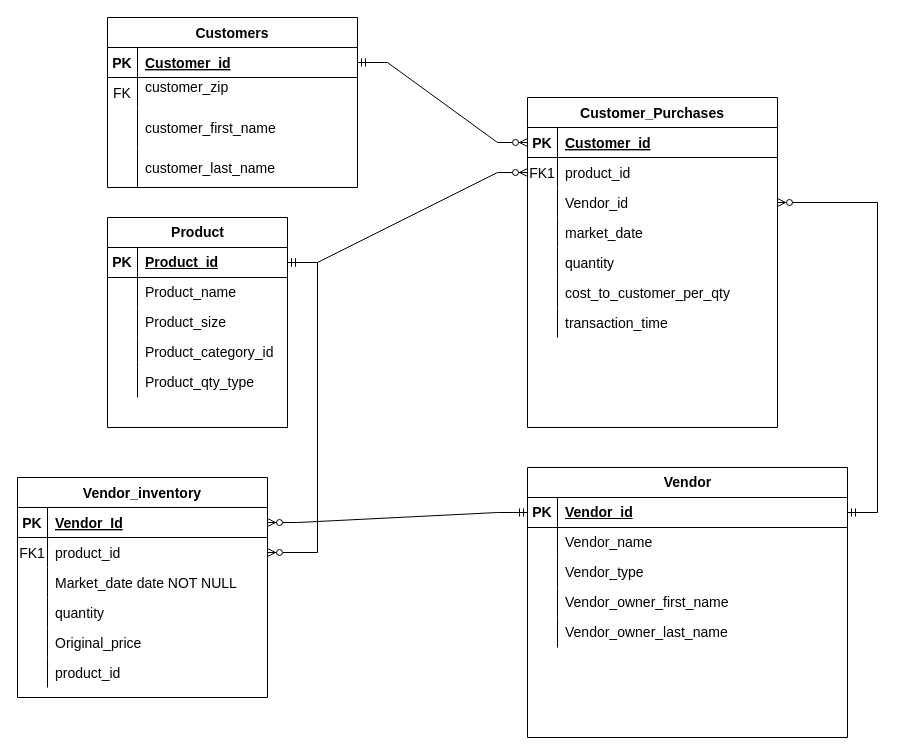
This is Untitled Diagram.drawio from Dhruv41/SQL_Course, a draw.io file, before an edit. Source tidied: cells renumbered, new cells numbered last; positions are measured from the earlier drawing's top-left corner, leaving out a move shared by most shapes. Both pictures are drawn from the tidied source at 100%, with x=0, y=0 at pixel (17, 17).
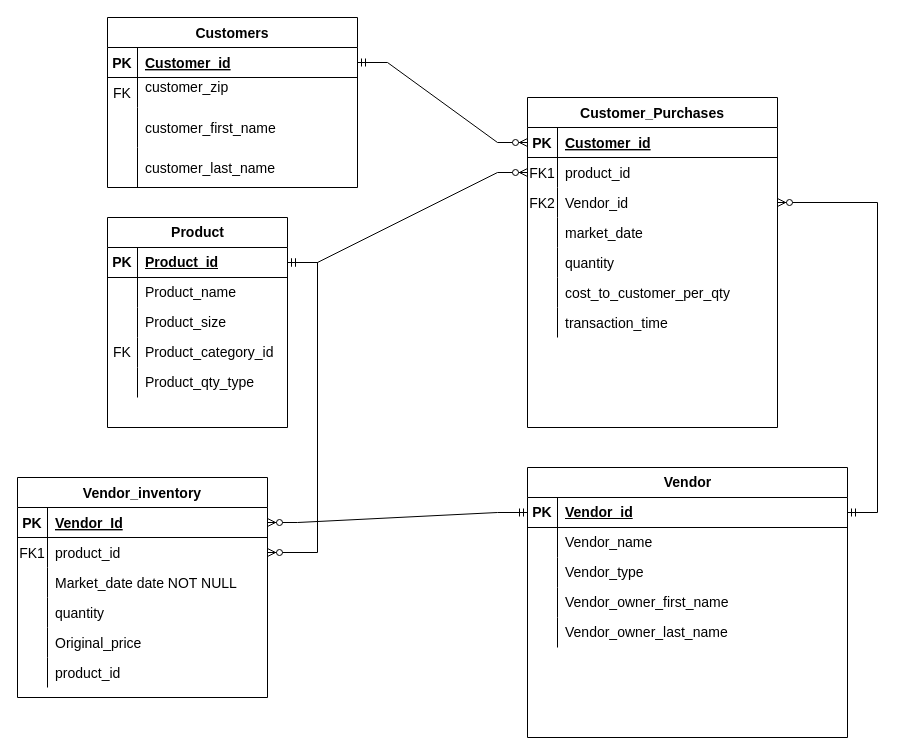
After the change.

Unchanged cells that the change refers to:
```xml
<mxCell id="9" style="shape=partialRectangle;fillColor=none;points=[[0,0.5],[1,0.5]];portConstraint=eastwest;top=0;left=0;right=0;bottom=0;fontSize=14;" parent="2" vertex="1">
  <mxGeometry y="90" width="250" height="30" as="geometry" />
</mxCell>
<mxCell id="82" style="shape=tableRow;horizontal=0;startSize=0;swimlaneHead=0;swimlaneBody=0;fillColor=none;top=0;left=0;right=0;bottom=0;fontSize=14;" parent="72" vertex="1">
  <mxGeometry y="120" width="180" height="30" as="geometry" />
</mxCell>
```

The edit, as a diff of the source:
```diff
@@
-    <mxCell id="10" style="shape=partialRectangle;overflow=hidden;fillColor=none;top=0;left=0;bottom=0;right=0;fontSize=14;" parent="9" vertex="1">
+    <mxCell id="10" value="FK2" style="shape=partialRectangle;overflow=hidden;fillColor=none;top=0;left=0;bottom=0;right=0;fontSize=14;" parent="9" vertex="1">
       <mxGeometry width="30" height="30" as="geometry" />
     </mxCell>
@@
-    <mxCell id="83" style="shape=partialRectangle;fillColor=none;top=0;left=0;bottom=0;right=0;overflow=hidden;whiteSpace=wrap;html=1;fontSize=14;" parent="82" vertex="1">
+    <mxCell id="83" value="FK" style="shape=partialRectangle;fillColor=none;top=0;left=0;bottom=0;right=0;overflow=hidden;whiteSpace=wrap;html=1;fontSize=14;" parent="82" vertex="1">
       <mxGeometry width="30" height="30" as="geometry" />
     </mxCell>
```
